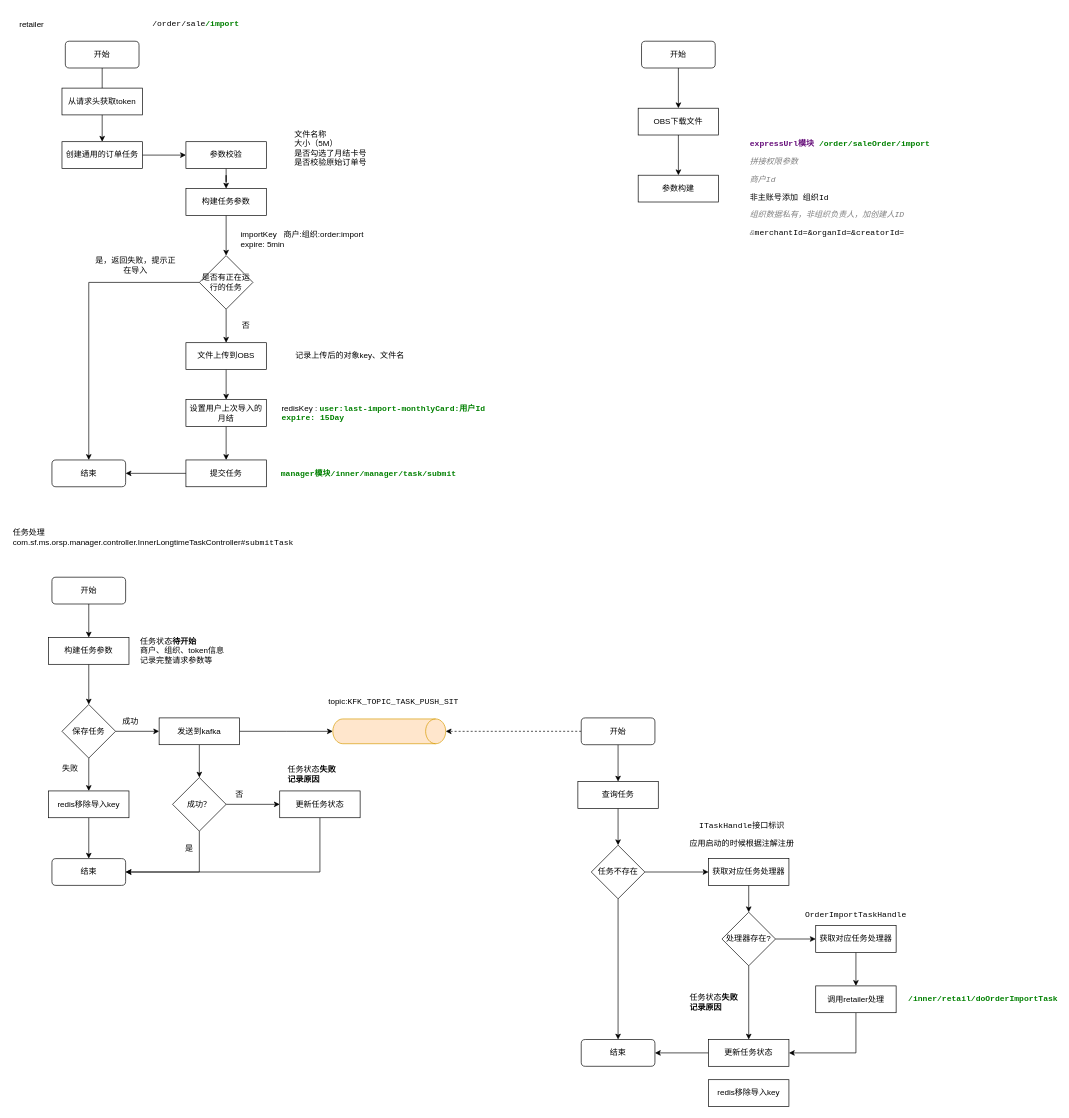
This is page "订单导入" (1 of 6) of 导入.drawio from vvhard/draw_io, a draw.io file, before an edit. Source tidied: cells renumbered, new cells numbered last; positions are measured from the earlier drawing's top-left corner, leaving out a move shared by most shapes. Both pictures are drawn from the tidied source at 67%, with x=0, y=0 at pixel (11, 14).
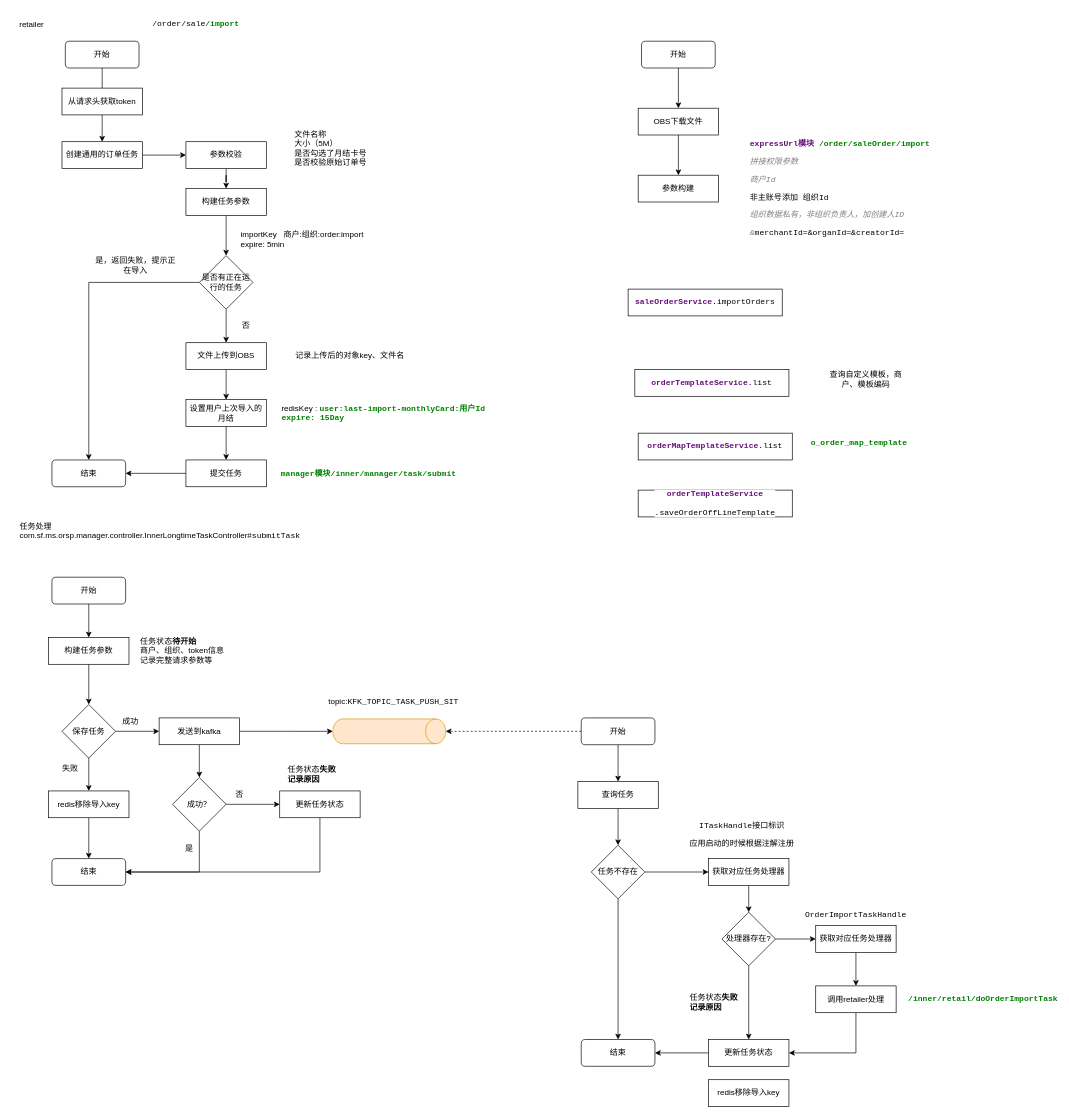
The same diagram, later.

What changed in the source:
```diff
@@
     <mxCell id="30" value="任务处理com.sf.ms.orsp.manager.controller.InnerLongtimeTaskController#&lt;span style=&quot;background-color: rgb(255, 255, 255); font-family: &amp;quot;Courier New&amp;quot;; font-size: 9pt;&quot;&gt;submitTask&lt;/span&gt;" style="text;whiteSpace=wrap;html=1;" parent="1" vertex="1">
-      <mxGeometry y="760" width="430" height="50" as="geometry" />
+      <mxGeometry x="10" y="750" width="430" height="50" as="geometry" />
     </mxCell>
@@
+    <mxCell id="89" value="&lt;pre style=&quot;background-color: rgb(255, 255, 255); font-family: &amp;quot;Courier New&amp;quot;; font-size: 9pt;&quot;&gt;&lt;span style=&quot;color:#660e7a;font-weight:bold;&quot;&gt;saleOrderService&lt;/span&gt;.importOrders&lt;/pre&gt;" style="rounded=0;whiteSpace=wrap;html=1;fontSize=12;fontColor=#000000;" parent="1" vertex="1">
+      <mxGeometry x="920" y="410" width="230" height="40" as="geometry" />
+    </mxCell>
+    <mxCell id="90" value="&lt;pre style=&quot;background-color: rgb(255, 255, 255); font-family: &amp;quot;Courier New&amp;quot;; font-size: 9pt;&quot;&gt;&lt;pre style=&quot;font-family: &amp;quot;Courier New&amp;quot;; font-size: 9pt;&quot;&gt;&lt;span style=&quot;color:#660e7a;font-weight:bold;&quot;&gt;orderMapTemplateService&lt;/span&gt;.list&lt;/pre&gt;&lt;/pre&gt;" style="rounded=0;whiteSpace=wrap;html=1;fontSize=12;fontColor=#000000;" parent="1" vertex="1">
+      <mxGeometry x="935" y="625" width="230" height="40" as="geometry" />
+    </mxCell>
+    <mxCell id="91" value="&lt;pre style=&quot;background-color: rgb(255, 255, 255); font-family: &amp;quot;Courier New&amp;quot;; font-size: 9pt;&quot;&gt;&lt;span style=&quot;color:#008000;font-weight:bold;&quot;&gt;o_order_map_template&lt;/span&gt;&lt;/pre&gt;" style="text;html=1;strokeColor=none;fillColor=none;align=center;verticalAlign=middle;whiteSpace=wrap;rounded=0;fontSize=12;fontColor=#000000;" parent="1" vertex="1">
+      <mxGeometry x="1200" y="625" width="130" height="30" as="geometry" />
+    </mxCell>
+    <mxCell id="92" value="&lt;pre style=&quot;background-color: rgb(255, 255, 255); font-family: &amp;quot;Courier New&amp;quot;; font-size: 9pt;&quot;&gt;&lt;pre style=&quot;font-family: &amp;quot;Courier New&amp;quot;; font-size: 9pt;&quot;&gt;&lt;span style=&quot;color:#660e7a;font-weight:bold;&quot;&gt;orderTemplateService&lt;/span&gt;.list&lt;/pre&gt;&lt;/pre&gt;" style="rounded=0;whiteSpace=wrap;html=1;fontSize=12;fontColor=#000000;" parent="1" vertex="1">
+      <mxGeometry x="930" y="530" width="230" height="40" as="geometry" />
+    </mxCell>
+    <mxCell id="93" value="查询自定义模板，商户、模板编码" style="text;html=1;strokeColor=none;fillColor=none;align=center;verticalAlign=middle;whiteSpace=wrap;rounded=0;fontSize=12;fontColor=#000000;" parent="1" vertex="1">
+      <mxGeometry x="1210" y="530" width="130" height="30" as="geometry" />
+    </mxCell>
+    <mxCell id="94" value="&lt;pre style=&quot;background-color: rgb(255, 255, 255); font-family: &amp;quot;Courier New&amp;quot;; font-size: 9pt;&quot;&gt;&lt;pre style=&quot;font-family: &amp;quot;Courier New&amp;quot;; font-size: 9pt;&quot;&gt;&lt;span style=&quot;color:#660e7a;font-weight:bold;&quot;&gt;orderTemplateService&lt;/span&gt;&lt;/pre&gt;&lt;pre style=&quot;font-family: &amp;quot;Courier New&amp;quot;; font-size: 9pt;&quot;&gt;.saveOrderOffLineTemplate&lt;/pre&gt;&lt;/pre&gt;" style="rounded=0;whiteSpace=wrap;html=1;fontSize=12;fontColor=#000000;" parent="1" vertex="1">
+      <mxGeometry x="935" y="710" width="230" height="40" as="geometry" />
+    </mxCell>
```
